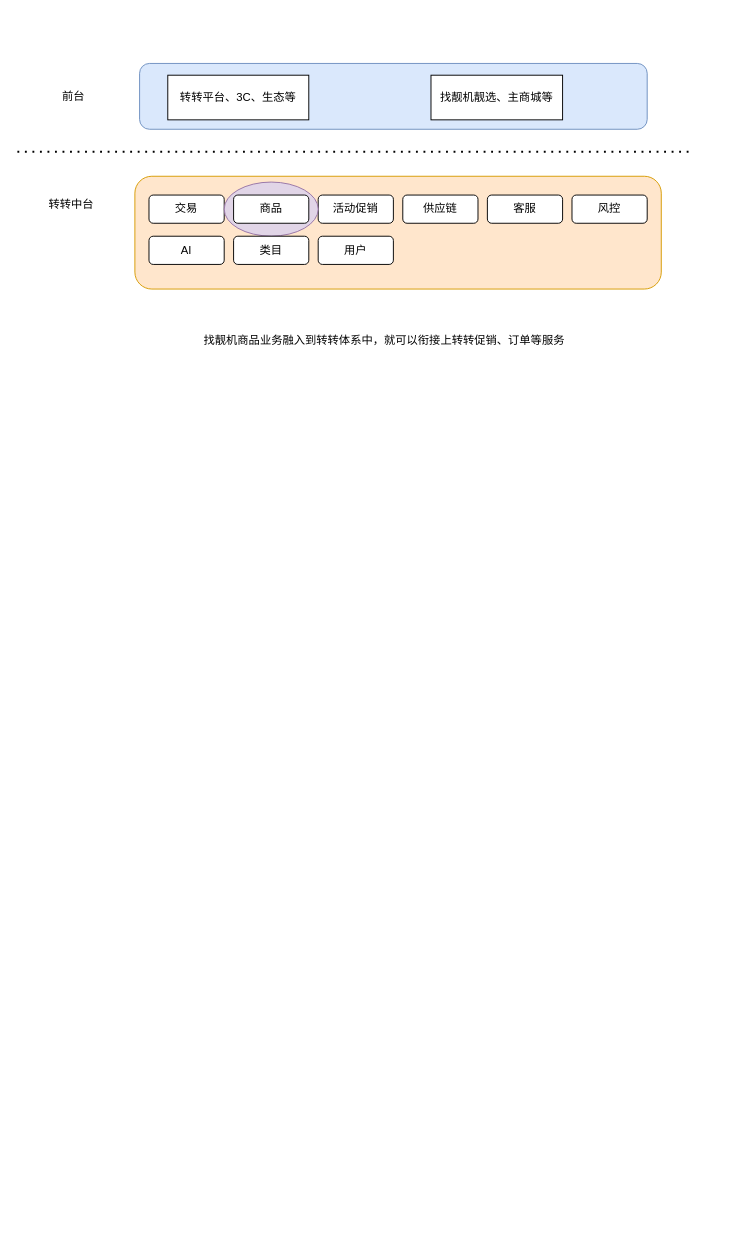
Above: 转转述职/标品库/转转商品和找靓机融合图.drawio in yz19930826/pics (draw.io), before the change. Source tidied: cells renumbered, new cells numbered last; positions are measured from the earlier drawing's top-left corner, leaving out a move shared by most shapes. Both pictures are drawn from the tidied source at 94%, with x=0, y=0 at pixel (17, 63).
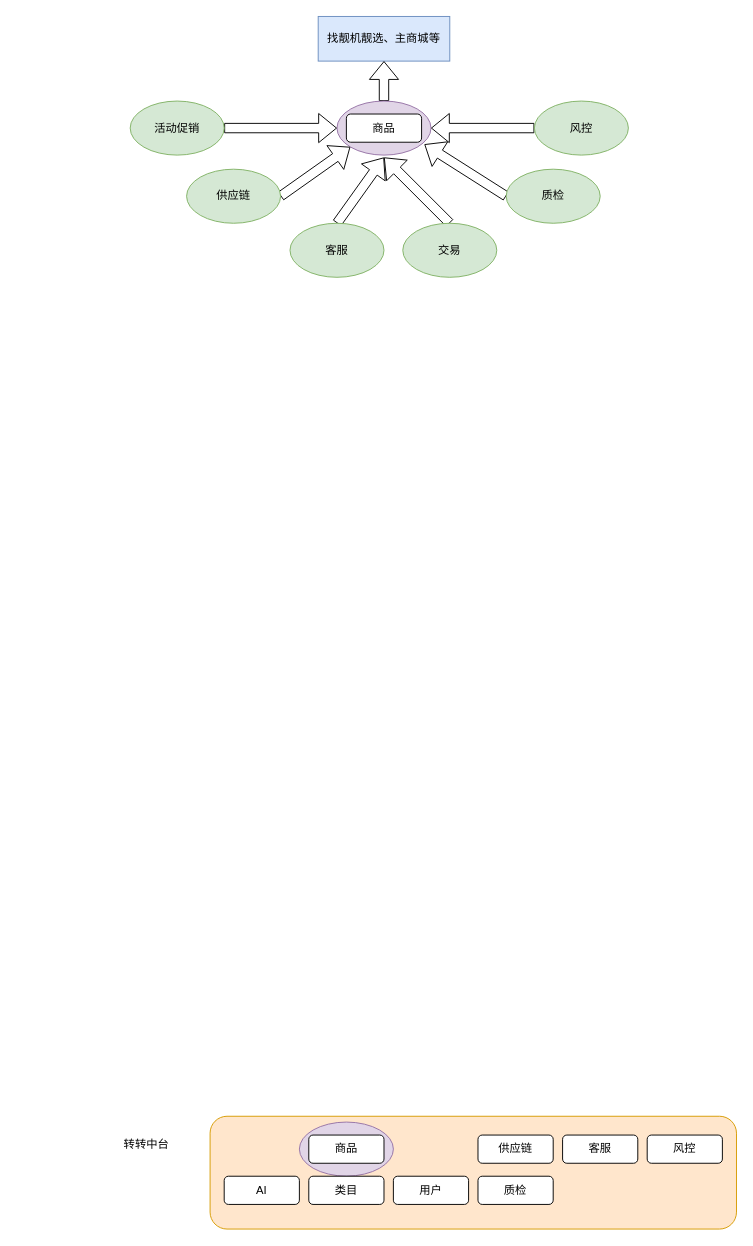
After the change.

What changed in the source:
```diff
@@
-    <mxCell id="2" style="group;" parent="1" vertex="1">
-      <mxGeometry width="720" height="425" as="geometry" />
-    </mxCell>
-    <mxCell id="3" style="rounded=1;whiteSpace=wrap;html=1;glass=0;shadow=0;fillColor=#dae8fc;strokeColor=#6c8ebf;" parent="2" vertex="1">
-      <mxGeometry x="130" width="540" height="70" as="geometry" />
-    </mxCell>
-    <mxCell id="4" style="endArrow=none;dashed=1;html=1;dashPattern=1 3;strokeWidth=2;shadow=0;labelBorderColor=none;" parent="2" edge="1">
-      <mxGeometry relative="1" as="geometry">
-        <mxPoint y="94" as="sourcePoint" />
-        <mxPoint x="720" y="94" as="targetPoint" />
-      </mxGeometry>
-    </mxCell>
-    <mxCell id="5" value="转转平台、3C、生态等" style="rounded=0;whiteSpace=wrap;html=1;shadow=0;glass=0;" parent="2" vertex="1">
-      <mxGeometry x="160" y="12.5" width="150" height="47.5" as="geometry" />
-    </mxCell>
-    <mxCell id="6" value="找靓机靓选、主商城等" style="rounded=0;whiteSpace=wrap;html=1;shadow=0;glass=0;" parent="2" vertex="1">
-      <mxGeometry x="440" y="12.5" width="140" height="47.5" as="geometry" />
+    <mxCell id="6" value="找靓机靓选、主商城等" style="rounded=0;whiteSpace=wrap;html=1;shadow=0;glass=0;fillColor=#dae8fc;strokeColor=#6c8ebf;" parent="1" vertex="1">
+      <mxGeometry x="320" y="-50" width="140" height="47.5" as="geometry" />
     </mxCell>
-    <mxCell id="7" value="前台" style="text;html=1;strokeColor=none;fillColor=none;align=center;verticalAlign=middle;whiteSpace=wrap;rounded=0;shadow=0;glass=0;" parent="2" vertex="1">
-      <mxGeometry x="30" y="22.5" width="60" height="25" as="geometry" />
-    </mxCell>
+    <mxCell id="21" style="edgeStyle=none;shape=flexArrow;rounded=0;jettySize=auto;html=1;" parent="1" edge="1" source="22" target="6">
+      <mxGeometry relative="1" as="geometry" />
+    </mxCell>
+    <mxCell id="22" style="ellipse;whiteSpace=wrap;html=1;rounded=1;shadow=0;glass=0;fillColor=#e1d5e7;strokeColor=#9673a6;" parent="1" vertex="1">
+      <mxGeometry x="340" y="40" width="100" height="57.5" as="geometry" />
+    </mxCell>
+    <mxCell id="23" value="商品" style="rounded=1;whiteSpace=wrap;html=1;shadow=0;glass=0;" parent="1" vertex="1">
+      <mxGeometry x="350" y="53.8" width="80" height="30" as="geometry" />
+    </mxCell>
+    <mxCell id="24" style="rounded=0;jettySize=auto;html=1;exitX=0.5;exitY=0;exitDx=0;exitDy=0;shape=flexArrow;" parent="1" edge="1" source="10">
+      <mxGeometry relative="1" as="geometry">
+        <mxPoint x="390" y="100" as="targetPoint" />
+      </mxGeometry>
+    </mxCell>
+    <mxCell id="10" value="交易" style="ellipse;whiteSpace=wrap;html=1;rounded=1;shadow=0;glass=0;fillColor=#d5e8d4;strokeColor=#82b366;" parent="1" vertex="1">
+      <mxGeometry x="410" y="170" width="100" height="57.5" as="geometry" />
+    </mxCell>
-    <mxCell id="8" style="rounded=1;whiteSpace=wrap;html=1;glass=0;shadow=0;fillColor=#ffe6cc;strokeColor=#d79b00;" parent="2" vertex="1">
-      <mxGeometry x="125" y="120" width="560" height="120" as="geometry" />
+    <mxCell id="8" style="rounded=1;whiteSpace=wrap;html=1;glass=0;shadow=0;fillColor=#ffe6cc;strokeColor=#d79b00;" parent="1" vertex="1">
+      <mxGeometry x="205" y="1120" width="560" height="120" as="geometry" />
     </mxCell>
-    <mxCell id="9" value="转转中台" style="text;html=1;strokeColor=none;fillColor=none;align=center;verticalAlign=middle;whiteSpace=wrap;rounded=0;shadow=0;glass=0;" parent="2" vertex="1">
-      <mxGeometry x="30" y="140" width="55" height="20" as="geometry" />
+    <mxCell id="9" value="转转中台" style="text;html=1;strokeColor=none;fillColor=none;align=center;verticalAlign=middle;whiteSpace=wrap;rounded=0;shadow=0;glass=0;" parent="1" vertex="1">
+      <mxGeometry x="110" y="1140" width="55" height="20" as="geometry" />
     </mxCell>
-    <mxCell id="10" value="交易" style="rounded=1;whiteSpace=wrap;html=1;shadow=0;glass=0;" parent="2" vertex="1">
-      <mxGeometry x="140" y="140" width="80" height="30" as="geometry" />
-    </mxCell>
-    <mxCell id="11" value="活动促销" style="rounded=1;whiteSpace=wrap;html=1;shadow=0;glass=0;" parent="2" vertex="1">
-      <mxGeometry x="320" y="140" width="80" height="30" as="geometry" />
-    </mxCell>
-    <mxCell id="12" value="供应链" style="rounded=1;whiteSpace=wrap;html=1;shadow=0;glass=0;" parent="2" vertex="1">
-      <mxGeometry x="410" y="140" width="80" height="30" as="geometry" />
+    <mxCell id="12" value="供应链" style="rounded=1;whiteSpace=wrap;html=1;shadow=0;glass=0;" parent="1" vertex="1">
+      <mxGeometry x="490" y="1140" width="80" height="30" as="geometry" />
     </mxCell>
-    <mxCell id="13" value="客服" style="rounded=1;whiteSpace=wrap;html=1;shadow=0;glass=0;" parent="2" vertex="1">
-      <mxGeometry x="500" y="140" width="80" height="30" as="geometry" />
+    <mxCell id="13" value="客服" style="rounded=1;whiteSpace=wrap;html=1;shadow=0;glass=0;" parent="1" vertex="1">
+      <mxGeometry x="580" y="1140" width="80" height="30" as="geometry" />
     </mxCell>
-    <mxCell id="14" value="风控" style="rounded=1;whiteSpace=wrap;html=1;shadow=0;glass=0;" parent="2" vertex="1">
-      <mxGeometry x="590" y="140" width="80" height="30" as="geometry" />
+    <mxCell id="14" value="风控" style="rounded=1;whiteSpace=wrap;html=1;shadow=0;glass=0;" parent="1" vertex="1">
+      <mxGeometry x="670" y="1140" width="80" height="30" as="geometry" />
     </mxCell>
-    <mxCell id="15" style="ellipse;whiteSpace=wrap;html=1;rounded=1;shadow=0;glass=0;fillColor=#e1d5e7;strokeColor=#9673a6;" parent="2" vertex="1">
-      <mxGeometry x="220" y="126.2" width="100" height="57.5" as="geometry" />
+    <mxCell id="15" style="ellipse;whiteSpace=wrap;html=1;rounded=1;shadow=0;glass=0;fillColor=#e1d5e7;strokeColor=#9673a6;" parent="1" vertex="1">
+      <mxGeometry x="300" y="1126.2" width="100" height="57.5" as="geometry" />
     </mxCell>
-    <mxCell id="16" value="商品" style="rounded=1;whiteSpace=wrap;html=1;shadow=0;glass=0;" parent="2" vertex="1">
-      <mxGeometry x="230" y="140" width="80" height="30" as="geometry" />
+    <mxCell id="16" value="商品" style="rounded=1;whiteSpace=wrap;html=1;shadow=0;glass=0;" parent="1" vertex="1">
+      <mxGeometry x="310" y="1140" width="80" height="30" as="geometry" />
     </mxCell>
-    <mxCell id="17" value="AI" style="rounded=1;whiteSpace=wrap;html=1;shadow=0;glass=0;" parent="2" vertex="1">
-      <mxGeometry x="140" y="183.8" width="80" height="30" as="geometry" />
+    <mxCell id="17" value="AI" style="rounded=1;whiteSpace=wrap;html=1;shadow=0;glass=0;" parent="1" vertex="1">
+      <mxGeometry x="220" y="1183.8" width="80" height="30" as="geometry" />
     </mxCell>
-    <mxCell id="18" value="类目" style="rounded=1;whiteSpace=wrap;html=1;shadow=0;glass=0;" parent="2" vertex="1">
-      <mxGeometry x="230" y="183.8" width="80" height="30" as="geometry" />
+    <mxCell id="18" value="类目" style="rounded=1;whiteSpace=wrap;html=1;shadow=0;glass=0;" parent="1" vertex="1">
+      <mxGeometry x="310" y="1183.8" width="80" height="30" as="geometry" />
     </mxCell>
-    <mxCell id="19" value="用户" style="rounded=1;whiteSpace=wrap;html=1;shadow=0;glass=0;" parent="2" vertex="1">
-      <mxGeometry x="320" y="183.8" width="80" height="30" as="geometry" />
+    <mxCell id="19" value="用户" style="rounded=1;whiteSpace=wrap;html=1;shadow=0;glass=0;" parent="1" vertex="1">
+      <mxGeometry x="400" y="1183.8" width="80" height="30" as="geometry" />
     </mxCell>
-    <mxCell id="20" value="找靓机商品业务融入到转转体系中，就可以衔接上转转促销、订单等服务" style="text;html=1;strokeColor=none;fillColor=none;align=center;verticalAlign=middle;whiteSpace=wrap;rounded=0;shadow=0;glass=0;" parent="2" vertex="1">
-      <mxGeometry x="191" y="270" width="399" height="50" as="geometry" />
-    </mxCell>
+    <mxCell id="25" value="质检" style="rounded=1;whiteSpace=wrap;html=1;shadow=0;glass=0;" parent="1" vertex="1">
+      <mxGeometry x="490" y="1183.8" width="80" height="30" as="geometry" />
+    </mxCell>
+    <mxCell id="26" style="edgeStyle=orthogonalEdgeStyle;rounded=0;jettySize=auto;html=1;exitX=1;exitY=0.5;exitDx=0;exitDy=0;entryX=0;entryY=0.5;entryDx=0;entryDy=0;shape=flexArrow;" parent="1" edge="1" source="11" target="22">
+      <mxGeometry relative="1" as="geometry" />
+    </mxCell>
+    <mxCell id="11" value="活动促销" style="ellipse;whiteSpace=wrap;html=1;rounded=1;shadow=0;glass=0;fillColor=#d5e8d4;strokeColor=#82b366;" parent="1" vertex="1">
+      <mxGeometry x="120" y="40" width="100" height="57.5" as="geometry" />
+    </mxCell>
+    <mxCell id="27" style="rounded=0;jettySize=auto;html=1;exitX=0;exitY=0.5;exitDx=0;exitDy=0;entryX=0.93;entryY=0.8;entryDx=0;entryDy=0;entryPerimeter=0;shape=flexArrow;" parent="1" edge="1" source="28" target="22">
+      <mxGeometry relative="1" as="geometry" />
+    </mxCell>
+    <mxCell id="28" value="质检" style="ellipse;whiteSpace=wrap;html=1;rounded=1;shadow=0;glass=0;fillColor=#d5e8d4;strokeColor=#82b366;" parent="1" vertex="1">
+      <mxGeometry x="520" y="112.5" width="100" height="57.5" as="geometry" />
+    </mxCell>
+    <mxCell id="29" style="edgeStyle=orthogonalEdgeStyle;rounded=0;jettySize=auto;html=1;exitX=0;exitY=0.5;exitDx=0;exitDy=0;entryX=1;entryY=0.5;entryDx=0;entryDy=0;shape=flexArrow;" parent="1" edge="1" source="30" target="22">
+      <mxGeometry relative="1" as="geometry" />
+    </mxCell>
+    <mxCell id="30" value="风控" style="ellipse;whiteSpace=wrap;html=1;rounded=1;shadow=0;glass=0;fillColor=#d5e8d4;strokeColor=#82b366;" parent="1" vertex="1">
+      <mxGeometry x="550" y="40" width="100" height="57.5" as="geometry" />
+    </mxCell>
+    <mxCell id="31" style="rounded=0;jettySize=auto;html=1;exitX=0.5;exitY=0;exitDx=0;exitDy=0;shape=flexArrow;" parent="1" edge="1" source="32">
+      <mxGeometry relative="1" as="geometry">
+        <mxPoint x="390" y="100" as="targetPoint" />
+      </mxGeometry>
+    </mxCell>
+    <mxCell id="32" value="客服" style="ellipse;whiteSpace=wrap;html=1;rounded=1;shadow=0;glass=0;fillColor=#d5e8d4;strokeColor=#82b366;" parent="1" vertex="1">
+      <mxGeometry x="290" y="170" width="100" height="57.5" as="geometry" />
+    </mxCell>
+    <mxCell id="33" style="rounded=0;jettySize=auto;html=1;exitX=1;exitY=0.5;exitDx=0;exitDy=0;entryX=0;entryY=1;entryDx=0;entryDy=0;shape=flexArrow;" parent="1" edge="1" source="34" target="22">
+      <mxGeometry relative="1" as="geometry" />
+    </mxCell>
+    <mxCell id="34" value="供应链" style="ellipse;whiteSpace=wrap;html=1;rounded=1;shadow=0;glass=0;fillColor=#d5e8d4;strokeColor=#82b366;" parent="1" vertex="1">
+      <mxGeometry x="180" y="112.5" width="100" height="57.5" as="geometry" />
+    </mxCell>
```
